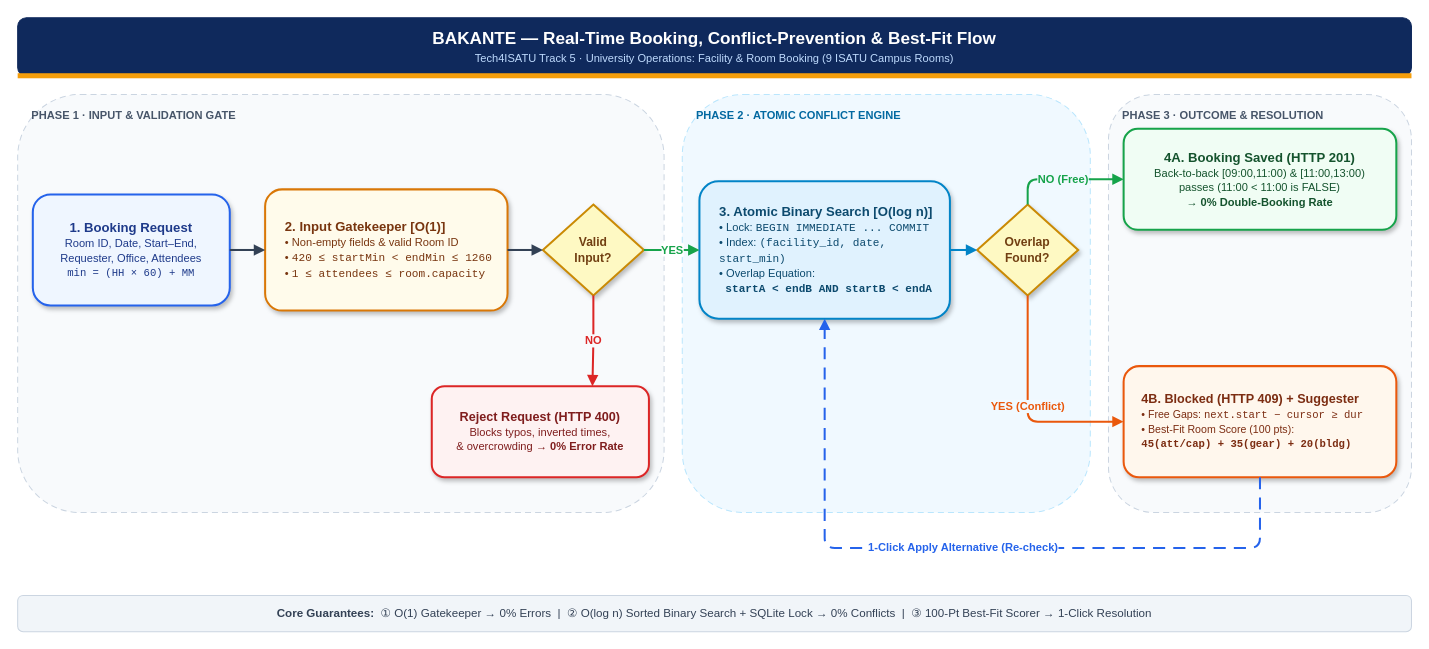
jrrddev/Bakante keeps this draw.io diagram as page "1. Booking & Conflict Flow" (1 of 3) of Bakante.drawio. Above is the earlier version. Source tidied: cells renumbered, new cells numbered last; positions are measured from the earlier drawing's top-left corner, leaving out a move shared by most shapes. Both pictures are drawn from the tidied source at 101%, with x=0, y=0 at pixel (17, 17).
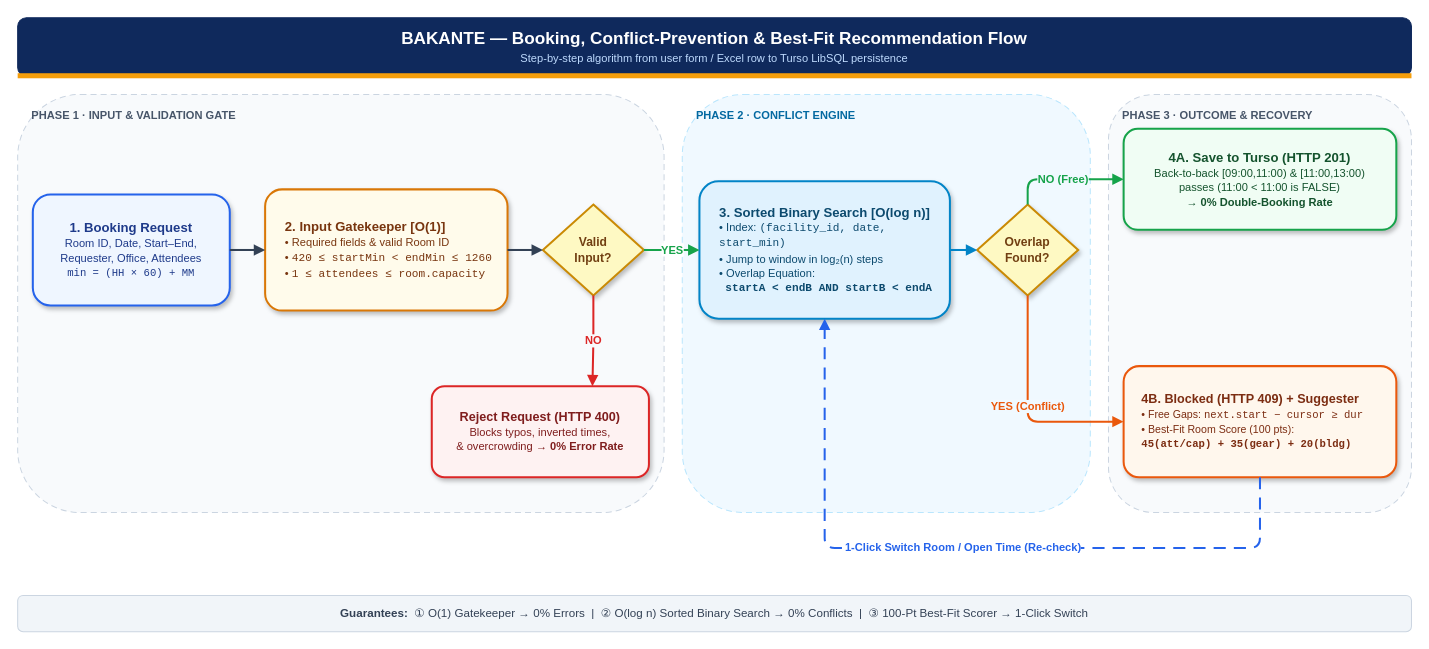
The same diagram, later.

The change refers to these unchanged cells:
```xml
<mxCell id="14" value="&lt;b style=&quot;font-size:12.5px;&quot;&gt;4B. Blocked (HTTP 409) + Suggester&lt;/b&gt;&lt;br/&gt;&lt;span style=&quot;font-size:10.5px;&quot;&gt;• Free Gaps: &lt;font face=&quot;Courier New&quot;&gt;next.start − cursor ≥ dur&lt;/font&gt;&lt;br/&gt;• Best-Fit Room Score (100 pts):&lt;br/&gt;&lt;b&gt;&lt;font face=&quot;Courier New&quot;&gt;45(att/cap) + 35(gear) + 20(bldg)&lt;/font&gt;&lt;/b&gt;&lt;/span&gt;" style="rounded=1;whiteSpace=wrap;html=1;arcSize=14;fillColor=#fff7ed;strokeColor=#ea580c;strokeWidth=2;fontColor=#7c2d12;shadow=1;spacing=8;align=left;spacingLeft=10;" parent="1" vertex="1">
  <mxGeometry x="1095" y="345" width="270" height="110" as="geometry" />
</mxCell>
```

Diff of the diagram source:
```diff
@@
-    <mxCell id="3" value="PHASE 2 · ATOMIC CONFLICT ENGINE" style="rounded=1;whiteSpace=wrap;html=1;verticalAlign=top;align=left;spacingLeft=12;spacingTop=8;fillColor=#f0f9ff;strokeColor=#bae6fd;dashed=1;dashPattern=6 4;fontColor=#0369a1;fontSize=11;fontStyle=1;" parent="1" vertex="1">
+    <mxCell id="3" value="PHASE 2 · CONFLICT ENGINE" style="rounded=1;whiteSpace=wrap;html=1;verticalAlign=top;align=left;spacingLeft=12;spacingTop=8;fillColor=#f0f9ff;strokeColor=#bae6fd;dashed=1;dashPattern=6 4;fontColor=#0369a1;fontSize=11;fontStyle=1;" parent="1" vertex="1">
       <mxGeometry x="658" y="76" width="404" height="414" as="geometry" />
     </mxCell>
-    <mxCell id="4" value="PHASE 3 · OUTCOME &amp; RESOLUTION" style="rounded=1;whiteSpace=wrap;html=1;verticalAlign=top;align=left;spacingLeft=12;spacingTop=8;fillColor=#f8fafc;strokeColor=#cbd5e1;dashed=1;dashPattern=6 4;fontColor=#475569;fontSize=11;fontStyle=1;" parent="1" vertex="1">
+    <mxCell id="4" value="PHASE 3 · OUTCOME &amp; RECOVERY" style="rounded=1;whiteSpace=wrap;html=1;verticalAlign=top;align=left;spacingLeft=12;spacingTop=8;fillColor=#f8fafc;strokeColor=#cbd5e1;dashed=1;dashPattern=6 4;fontColor=#475569;fontSize=11;fontStyle=1;" parent="1" vertex="1">
       <mxGeometry x="1080" y="76" width="300" height="414" as="geometry" />
     </mxCell>
-    <mxCell id="5" value="&lt;b style=&quot;font-size:17px;&quot;&gt;BAKANTE — Real-Time Booking, Conflict-Prevention &amp;amp; Best-Fit Flow&lt;/b&gt;&lt;br/&gt;&lt;span style=&quot;font-size:11px;color:#bfdbfe;&quot;&gt;Tech4ISATU Track 5 · University Operations: Facility &amp;amp; Room Booking (9 ISATU Campus Rooms)&lt;/span&gt;" style="rounded=1;whiteSpace=wrap;html=1;fillColor=#0f295c;strokeColor=#0f295c;fontColor=#ffffff;spacing=6;" parent="1" vertex="1">
+    <mxCell id="5" value="&lt;b style=&quot;font-size:17px;&quot;&gt;BAKANTE — Booking, Conflict-Prevention &amp; Best-Fit Recommendation Flow&lt;/b&gt;&lt;br/&gt;&lt;span style=&quot;font-size:11px;color:#bfdbfe;&quot;&gt;Step-by-step algorithm from user form / Excel row to Turso LibSQL persistence&lt;/span&gt;" style="rounded=1;whiteSpace=wrap;html=1;fillColor=#0f295c;strokeColor=#0f295c;fontColor=#ffffff;spacing=6;" parent="1" vertex="1">
       <mxGeometry width="1380" height="58" as="geometry" />
     </mxCell>
@@
-    <mxCell id="8" value="&lt;b style=&quot;font-size:13px;&quot;&gt;2. Input Gatekeeper [O(1)]&lt;/b&gt;&lt;br/&gt;&lt;span style=&quot;font-size:11px;&quot;&gt;• Non-empty fields &amp;amp; valid Room ID&lt;br/&gt;• &lt;font face=&quot;Courier New&quot;&gt;420 ≤ startMin &amp;lt; endMin ≤ 1260&lt;/font&gt;&lt;br/&gt;• &lt;font face=&quot;Courier New&quot;&gt;1 ≤ attendees ≤ room.capacity&lt;/font&gt;&lt;/span&gt;" style="rounded=1;whiteSpace=wrap;html=1;arcSize=14;fillColor=#fffbeb;strokeColor=#d97706;strokeWidth=2;fontColor=#78350f;shadow=1;spacing=8;align=left;spacingLeft=12;" parent="1" vertex="1">
+    <mxCell id="8" value="&lt;b style=&quot;font-size:13px;&quot;&gt;2. Input Gatekeeper [O(1)]&lt;/b&gt;&lt;br/&gt;&lt;span style=&quot;font-size:11px;&quot;&gt;• Required fields &amp;amp; valid Room ID&lt;br/&gt;• &lt;font face=&quot;Courier New&quot;&gt;420 ≤ startMin &amp;lt; endMin ≤ 1260&lt;/font&gt;&lt;br/&gt;• &lt;font face=&quot;Courier New&quot;&gt;1 ≤ attendees ≤ room.capacity&lt;/font&gt;&lt;/span&gt;" style="rounded=1;whiteSpace=wrap;html=1;arcSize=14;fillColor=#fffbeb;strokeColor=#d97706;strokeWidth=2;fontColor=#78350f;shadow=1;spacing=8;align=left;spacingLeft=12;" parent="1" vertex="1">
       <mxGeometry x="245" y="170" width="240" height="120" as="geometry" />
     </mxCell>
@@
-    <mxCell id="11" value="&lt;b style=&quot;font-size:13px;&quot;&gt;3. Atomic Binary Search [O(log n)]&lt;/b&gt;&lt;br/&gt;&lt;span style=&quot;font-size:11px;&quot;&gt;• Lock: &lt;font face=&quot;Courier New&quot;&gt;BEGIN IMMEDIATE ... COMMIT&lt;/font&gt;&lt;br/&gt;• Index: &lt;font face=&quot;Courier New&quot;&gt;(facility_id, date, start_min)&lt;/font&gt;&lt;br/&gt;• Overlap Equation:&lt;br/&gt;&amp;nbsp;&amp;nbsp;&lt;b&gt;&lt;font face=&quot;Courier New&quot;&gt;startA &amp;lt; endB AND startB &amp;lt; endA&lt;/font&gt;&lt;/b&gt;&lt;/span&gt;" style="rounded=1;whiteSpace=wrap;html=1;arcSize=14;fillColor=#e0f2fe;strokeColor=#0284c7;strokeWidth=2;fontColor=#0c4a6e;shadow=1;spacing=8;align=left;spacingLeft=12;" parent="1" vertex="1">
+    <mxCell id="11" value="&lt;b style=&quot;font-size:13px;&quot;&gt;3. Sorted Binary Search [O(log n)]&lt;/b&gt;&lt;br/&gt;&lt;span style=&quot;font-size:11px;&quot;&gt;• Index: &lt;font face=&quot;Courier New&quot;&gt;(facility_id, date, start_min)&lt;/font&gt;&lt;br/&gt;• Jump to window in log₂(n) steps&lt;br/&gt;• Overlap Equation:&lt;br/&gt;&amp;nbsp;&amp;nbsp;&lt;b&gt;&lt;font face=&quot;Courier New&quot;&gt;startA &amp;lt; endB AND startB &amp;lt; endA&lt;/font&gt;&lt;/b&gt;&lt;/span&gt;" style="rounded=1;whiteSpace=wrap;html=1;arcSize=14;fillColor=#e0f2fe;strokeColor=#0284c7;strokeWidth=2;fontColor=#0c4a6e;shadow=1;spacing=8;align=left;spacingLeft=12;" parent="1" vertex="1">
       <mxGeometry x="675" y="162" width="248" height="136" as="geometry" />
     </mxCell>
@@
-    <mxCell id="13" value="&lt;b style=&quot;font-size:13px;&quot;&gt;4A. Booking Saved (HTTP 201)&lt;/b&gt;&lt;br/&gt;&lt;span style=&quot;font-size:11px;&quot;&gt;Back-to-back [09:00,11:00) &amp;amp; [11:00,13:00)&lt;br/&gt;passes (11:00 &amp;lt; 11:00 is FALSE)&lt;br/&gt;→ &lt;b&gt;0% Double-Booking Rate&lt;/b&gt;&lt;/span&gt;" style="rounded=1;whiteSpace=wrap;html=1;arcSize=14;fillColor=#f0fdf4;strokeColor=#16a34a;strokeWidth=2;fontColor=#14532d;shadow=1;spacing=8;" parent="1" vertex="1">
+    <mxCell id="13" value="&lt;b style=&quot;font-size:13px;&quot;&gt;4A. Save to Turso (HTTP 201)&lt;/b&gt;&lt;br/&gt;&lt;span style=&quot;font-size:11px;&quot;&gt;Back-to-back [09:00,11:00) &amp;amp; [11:00,13:00)&lt;br/&gt;passes (11:00 &amp;lt; 11:00 is FALSE)&lt;br/&gt;→ &lt;b&gt;0% Double-Booking Rate&lt;/b&gt;&lt;/span&gt;" style="rounded=1;whiteSpace=wrap;html=1;arcSize=14;fillColor=#f0fdf4;strokeColor=#16a34a;strokeWidth=2;fontColor=#14532d;shadow=1;spacing=8;" parent="1" vertex="1">
       <mxGeometry x="1095" y="110" width="270" height="100" as="geometry" />
     </mxCell>
@@
-    <mxCell id="15" value="&lt;b&gt;Core Guarantees:&lt;/b&gt;&amp;nbsp;&amp;nbsp;① O(1) Gatekeeper → 0% Errors&amp;nbsp;&amp;nbsp;|&amp;nbsp;&amp;nbsp;② O(log n) Sorted Binary Search + SQLite Lock → 0% Conflicts&amp;nbsp;&amp;nbsp;|&amp;nbsp;&amp;nbsp;③ 100-Pt Best-Fit Scorer → 1-Click Resolution" style="rounded=1;whiteSpace=wrap;html=1;fillColor=#f1f5f9;strokeColor=#cbd5e1;fontColor=#334155;fontSize=11.5;" parent="1" vertex="1">
+    <mxCell id="15" value="&lt;b&gt;Guarantees:&lt;/b&gt;&amp;nbsp;&amp;nbsp;① O(1) Gatekeeper → 0% Errors&amp;nbsp;&amp;nbsp;|&amp;nbsp;&amp;nbsp;② O(log n) Sorted Binary Search → 0% Conflicts&amp;nbsp;&amp;nbsp;|&amp;nbsp;&amp;nbsp;③ 100-Pt Best-Fit Scorer → 1-Click Switch" style="rounded=1;whiteSpace=wrap;html=1;fillColor=#f1f5f9;strokeColor=#cbd5e1;fontColor=#334155;fontSize=11.5;" parent="1" vertex="1">
       <mxGeometry y="572" width="1380" height="36" as="geometry" />
     </mxCell>
@@
-    <mxCell id="23" value="1-Click Apply Alternative (Re-check)" style="edgeStyle=orthogonalEdgeStyle;rounded=1;html=1;dashed=1;dashPattern=6 4;strokeColor=#2563eb;strokeWidth=2;fontColor=#2563eb;fontStyle=1;labelBackgroundColor=#ffffff;endArrow=block;endFill=1;exitX=0.5;exitY=1;entryX=0.5;entryY=1;" parent="1" edge="1" source="14" target="11">
+    <mxCell id="23" value="1-Click Switch Room / Open Time (Re-check)" style="edgeStyle=orthogonalEdgeStyle;rounded=1;html=1;dashed=1;dashPattern=6 4;strokeColor=#2563eb;strokeWidth=2;fontColor=#2563eb;fontStyle=1;labelBackgroundColor=#ffffff;endArrow=block;endFill=1;exitX=0.5;exitY=1;entryX=0.5;entryY=1;" parent="1" edge="1" source="14" target="11">
       <mxGeometry relative="1" as="geometry">
         <Array as="points">
           <mxPoint x="1230" y="525" />
           <mxPoint x="799" y="525" />
         </Array>
       </mxGeometry>
     </mxCell>
```
